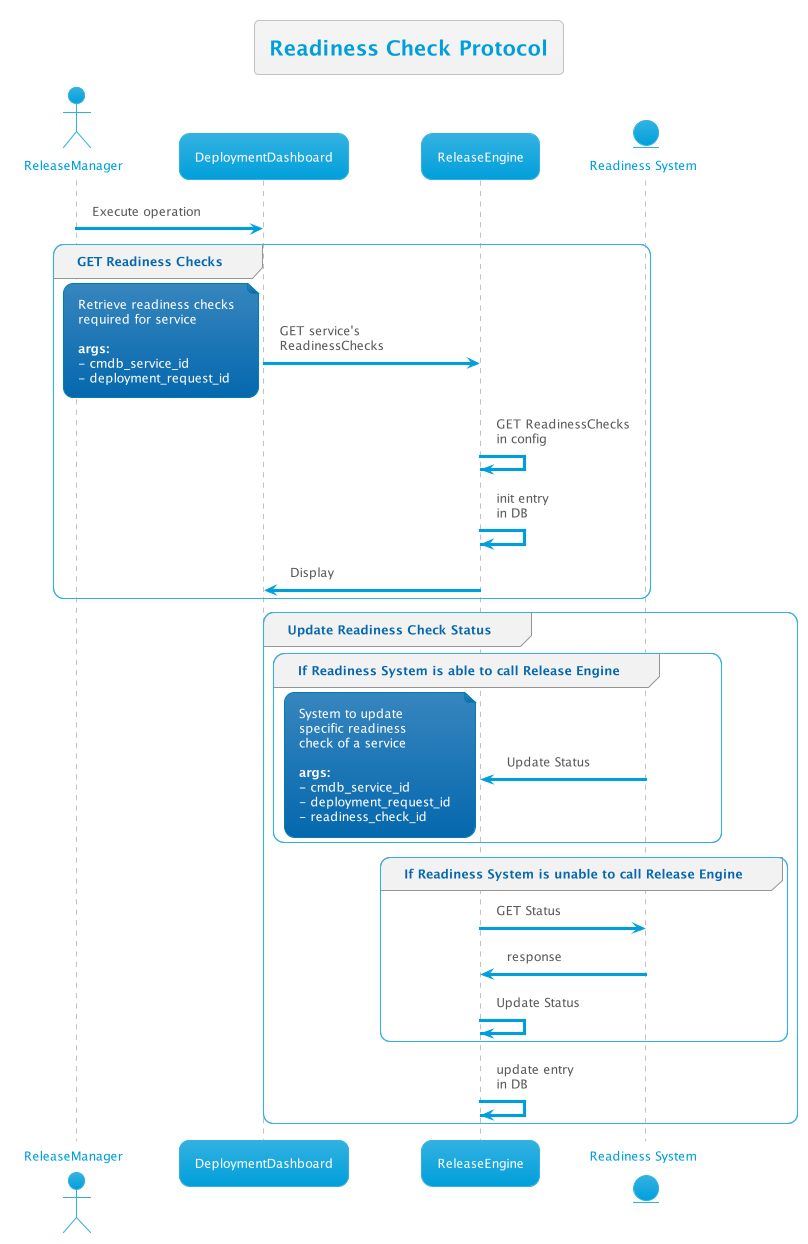
Earlier version of the PlantUML export out/Multi-Day-Deployment/ReadinessCheckProtocol/ReadinessCheckProtocol.png (thetomitomo/diagrams). Source of this version:
```plantuml
@startuml
!theme bluegray
skinparam FooterFontColor black
skinparam DatabaseFontColor #007faf

actor ReleaseManager as RM
participant DeploymentDashboard as DD
participant ReleaseEngine as RE
entity "Readiness System" as readinessSys

title Readiness Check Protocol

RM -> DD : Execute operation

group GET Readiness Checks
    DD -> RE : GET service's\nReadinessChecks
    note left
        Retrieve readiness checks
        required for service

        <b>args:
        - cmdb_service_id
        - deployment_request_id
    end note
    RE -> RE : GET ReadinessChecks\nin config
    RE -> RE : init entry\nin DB
    RE -> DD : Display
end group

group Update Readiness Check Status
    group If Readiness System is able to call Release Engine
        readinessSys -> RE : Update Status
        note left
            System to update
            specific readiness
            check of a service

            <b>args:
            - cmdb_service_id
            - deployment_request_id
            - readiness_check_id
        end note
    end group
    group If Readiness System is unable to call Release Engine
        RE -> readinessSys : GET Status
        readinessSys -> RE : response
        RE -> RE : Update Status
    end group
    RE -> RE : update entry\nin DB
end group


@enduml
```
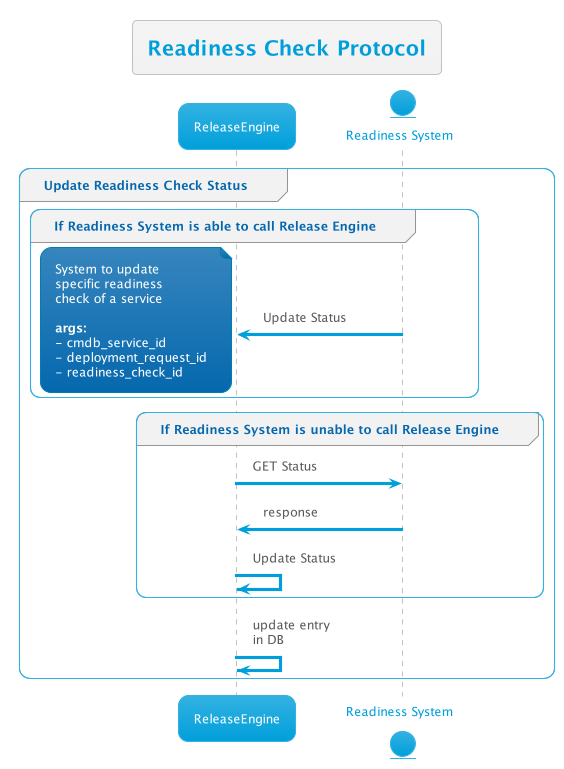
After the commit.

Commit message:
simplify diagram

Diff of the diagram source:
```diff
@@ -3,29 +3,13 @@
 skinparam FooterFontColor black
 skinparam DatabaseFontColor #007faf
 
-actor ReleaseManager as RM
-participant DeploymentDashboard as DD
 participant ReleaseEngine as RE
 entity "Readiness System" as readinessSys
 
 title Readiness Check Protocol
 
-RM -> DD : Execute operation
 
-group GET Readiness Checks
-    DD -> RE : GET service's\nReadinessChecks
-    note left
-        Retrieve readiness checks
-        required for service
 
-        <b>args:
-        - cmdb_service_id
-        - deployment_request_id
-    end note
-    RE -> RE : GET ReadinessChecks\nin config
-    RE -> RE : init entry\nin DB
-    RE -> DD : Display
-end group
 
 group Update Readiness Check Status
     group If Readiness System is able to call Release Engine
```
